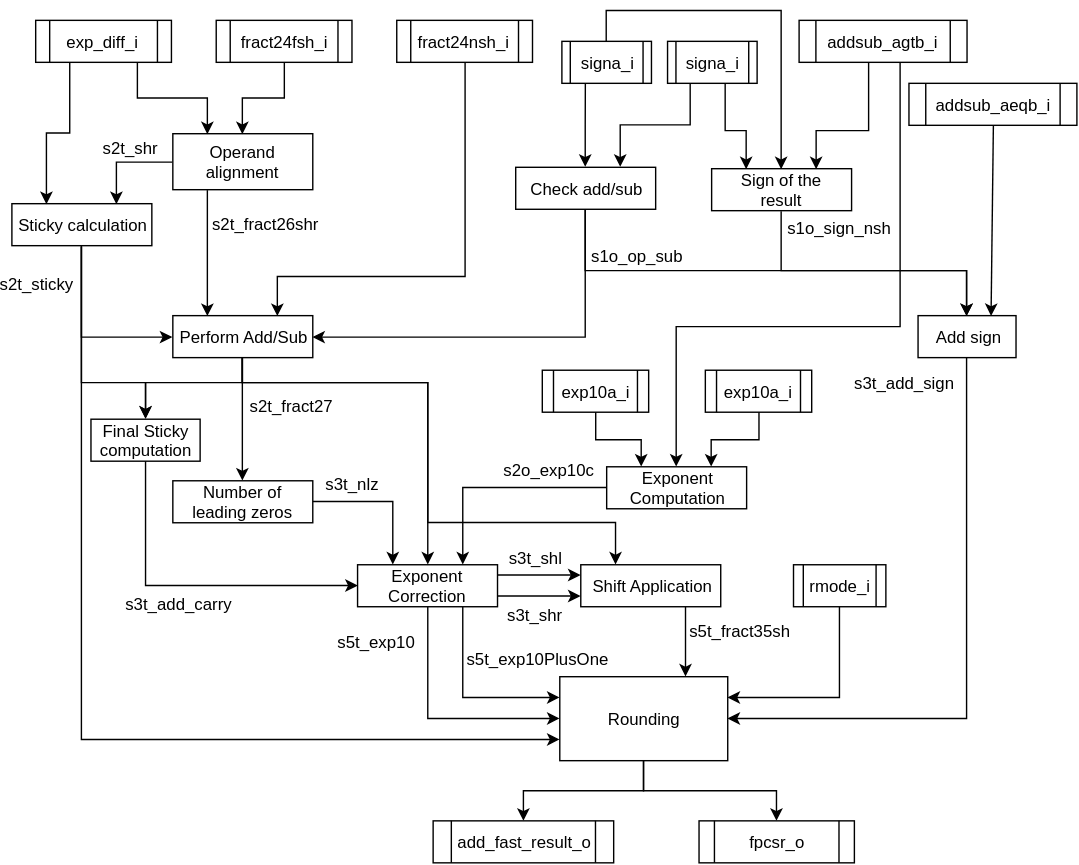
Earlier version of the draw.io export schemaRaw/Images/AddSchema.svg (Zeta0Omega/Embedded-system---P06---Optimize-the-Floating-Point-Unit-shipped-with-the-Mor1kx). Source tidied: cells renumbered, new cells last; positions are measured from the earlier drawing's top-left corner, leaving out a move shared by most shapes.
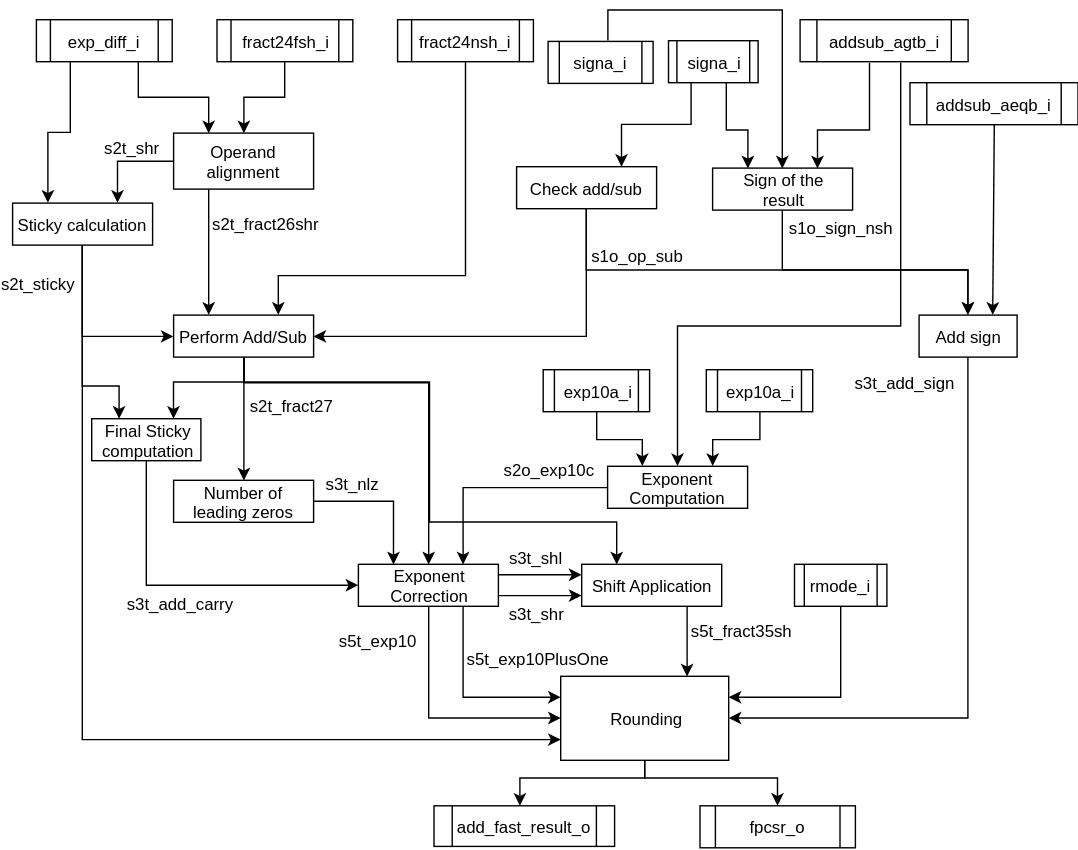
After the change.

Diff of the diagram source:
```diff
@@ -11,31 +11,31 @@
     <mxCell id="4" value="Operand alignment" style="rounded=0;whiteSpace=wrap;html=1;" parent="1" vertex="1">
       <mxGeometry x="118" y="88" width="100" height="40" as="geometry" />
     </mxCell>
-    <mxCell id="5" style="edgeStyle=orthogonalEdgeStyle;rounded=0;jettySize=auto;html=1;exitX=0.5;exitY=1;exitDx=0;exitDy=0;entryX=0.5;entryY=0;entryDx=0;entryDy=0;" parent="1" edge="1" source="8" target="31">
-      <mxGeometry relative="1" as="geometry">
-        <Array as="points">
-          <mxPoint x="53" y="266" />
-          <mxPoint x="99" y="266" />
-        </Array>
-      </mxGeometry>
-    </mxCell>
     <mxCell id="6" style="edgeStyle=orthogonalEdgeStyle;rounded=0;jettySize=auto;html=1;exitX=0.5;exitY=1;exitDx=0;exitDy=0;entryX=0;entryY=0.5;entryDx=0;entryDy=0;" parent="1" edge="1" source="8" target="13">
       <mxGeometry relative="1" as="geometry" />
     </mxCell>
     <mxCell id="7" style="edgeStyle=orthogonalEdgeStyle;rounded=0;jettySize=auto;html=1;exitX=0.5;exitY=1;exitDx=0;exitDy=0;entryX=0;entryY=0.75;entryDx=0;entryDy=0;" parent="1" edge="1" source="8" target="48">
       <mxGeometry relative="1" as="geometry" />
     </mxCell>
+    <mxCell id="5" style="edgeStyle=orthogonalEdgeStyle;rounded=0;jettySize=auto;html=1;exitX=0.5;exitY=1;exitDx=0;exitDy=0;entryX=0.25;entryY=0;entryDx=0;entryDy=0;" parent="1" edge="1" source="8" target="31">
+      <mxGeometry relative="1" as="geometry">
+        <Array as="points">
+          <mxPoint x="52.5" y="268.5" />
+          <mxPoint x="79.5" y="268.5" />
+        </Array>
+      </mxGeometry>
+    </mxCell>
     <mxCell id="8" value="Sticky calculation" style="rounded=0;whiteSpace=wrap;html=1;" parent="1" vertex="1">
       <mxGeometry x="3" y="138" width="100" height="30" as="geometry" />
     </mxCell>
     <mxCell id="9" value="s2t_shr" style="text;html=1;strokeColor=none;fillColor=none;align=center;verticalAlign=middle;whiteSpace=wrap;rounded=0;" parent="1" vertex="1">
       <mxGeometry x="68" y="88" width="40" height="20" as="geometry" />
     </mxCell>
-    <mxCell id="10" style="edgeStyle=orthogonalEdgeStyle;rounded=0;jettySize=auto;html=1;exitX=0.5;exitY=1;exitDx=0;exitDy=0;entryX=0.5;entryY=0;entryDx=0;entryDy=0;" parent="1" edge="1" source="13" target="31">
+    <mxCell id="10" style="edgeStyle=orthogonalEdgeStyle;rounded=0;jettySize=auto;html=1;exitX=0.5;exitY=1;exitDx=0;exitDy=0;entryX=0.75;entryY=0;entryDx=0;entryDy=0;" parent="1" edge="1" source="13" target="31">
       <mxGeometry relative="1" as="geometry">
         <Array as="points">
-          <mxPoint x="168" y="266" />
-          <mxPoint x="99" y="266" />
+          <mxPoint x="167.5" y="265.5" />
+          <mxPoint x="117.5" y="265.5" />
         </Array>
       </mxGeometry>
     </mxCell>
@@ -45,9 +45,8 @@
     <mxCell id="12" style="edgeStyle=orthogonalEdgeStyle;rounded=0;jettySize=auto;html=1;exitX=0.5;exitY=1;exitDx=0;exitDy=0;entryX=0.5;entryY=0;entryDx=0;entryDy=0;" parent="1" edge="1" source="13" target="40">
       <mxGeometry relative="1" as="geometry">
         <Array as="points">
-          <mxPoint x="168.5" y="266" />
-          <mxPoint x="300.5" y="266" />
-          <mxPoint x="300.5" y="396" />
+          <mxPoint x="167.5" y="266.5" />
+          <mxPoint x="299.5" y="266.5" />
         </Array>
       </mxGeometry>
     </mxCell>
@@ -57,11 +56,6 @@
     <mxCell id="14" value="s2t_fract26shr" style="text;html=1;strokeColor=none;fillColor=none;align=center;verticalAlign=middle;whiteSpace=wrap;rounded=0;" parent="1" vertex="1">
       <mxGeometry x="164" y="142" width="40" height="20" as="geometry" />
     </mxCell>
-    <mxCell id="15" style="edgeStyle=orthogonalEdgeStyle;rounded=0;jettySize=auto;html=1;exitX=0.25;exitY=1;exitDx=0;exitDy=0;entryX=0.5;entryY=0;entryDx=0;entryDy=0;" parent="1" edge="1" target="20">
-      <mxGeometry relative="1" as="geometry">
-        <mxPoint x="412.8" y="51.7" as="sourcePoint" />
-      </mxGeometry>
-    </mxCell>
     <mxCell id="16" style="edgeStyle=orthogonalEdgeStyle;rounded=0;jettySize=auto;html=1;exitX=0.5;exitY=0;exitDx=0;exitDy=0;entryX=0.5;entryY=0;entryDx=0;entryDy=0;" parent="1" edge="1" target="22">
       <mxGeometry relative="1" as="geometry">
         <mxPoint x="427.9" y="22" as="sourcePoint" />
@@ -187,10 +181,20 @@
       <mxGeometry x="365.5" y="318" width="40" height="20" as="geometry" />
     </mxCell>
     <mxCell id="46" style="edgeStyle=orthogonalEdgeStyle;rounded=0;jettySize=auto;html=1;exitX=0.5;exitY=1;exitDx=0;exitDy=0;" parent="1" edge="1" source="48" target="57">
-      <mxGeometry relative="1" as="geometry" />
+      <mxGeometry relative="1" as="geometry">
+        <Array as="points">
+          <mxPoint x="454.5" y="548.5" />
+          <mxPoint x="365.5" y="548.5" />
+        </Array>
+      </mxGeometry>
     </mxCell>
     <mxCell id="47" style="edgeStyle=orthogonalEdgeStyle;rounded=0;jettySize=auto;html=1;exitX=0.5;exitY=1;exitDx=0;exitDy=0;" parent="1" edge="1" source="48" target="58">
-      <mxGeometry relative="1" as="geometry" />
+      <mxGeometry relative="1" as="geometry">
+        <Array as="points">
+          <mxPoint x="454.5" y="548.5" />
+          <mxPoint x="549.5" y="548.5" />
+        </Array>
+      </mxGeometry>
     </mxCell>
     <mxCell id="48" value="Rounding" style="rounded=0;whiteSpace=wrap;html=1;" parent="1" vertex="1">
       <mxGeometry x="394.5" y="476" width="120" height="60" as="geometry" />
@@ -227,10 +231,10 @@
       </mxGeometry>
     </mxCell>
     <mxCell id="57" value="&lt;span&gt;add_fast_result_o&lt;/span&gt;" style="shape=process;whiteSpace=wrap;html=1;backgroundOutline=1;" parent="1" vertex="1">
-      <mxGeometry x="304" y="579" width="129" height="30" as="geometry" />
+      <mxGeometry x="304" y="568.5" width="129" height="29" as="geometry" />
     </mxCell>
     <mxCell id="58" value="fpcsr_o&lt;br&gt;" style="shape=process;whiteSpace=wrap;html=1;backgroundOutline=1;" parent="1" vertex="1">
-      <mxGeometry x="494" y="579" width="111" height="30" as="geometry" />
+      <mxGeometry x="494" y="568.5" width="111" height="30" as="geometry" />
     </mxCell>
     <mxCell id="59" style="edgeStyle=orthogonalEdgeStyle;rounded=0;jettySize=auto;html=1;exitX=0.5;exitY=1;exitDx=0;exitDy=0;entryX=1;entryY=0.25;entryDx=0;entryDy=0;" parent="1" edge="1" source="60" target="48">
       <mxGeometry relative="1" as="geometry" />
@@ -260,7 +264,7 @@
       <mxGeometry x="565.5" y="7" width="120" height="30" as="geometry" />
     </mxCell>
     <mxCell id="68" value="signa_i&lt;br&gt;" style="shape=process;whiteSpace=wrap;html=1;backgroundOutline=1;" parent="1" vertex="1">
-      <mxGeometry x="396" y="22" width="64" height="30" as="geometry" />
+      <mxGeometry x="385.5" y="22.5" width="75" height="30" as="geometry" />
     </mxCell>
     <mxCell id="69" style="edgeStyle=orthogonalEdgeStyle;rounded=0;jettySize=auto;html=1;exitX=0.25;exitY=1;exitDx=0;exitDy=0;entryX=0.75;entryY=0;entryDx=0;entryDy=0;" parent="1" edge="1" source="70" target="20">
       <mxGeometry relative="1" as="geometry" />
```
